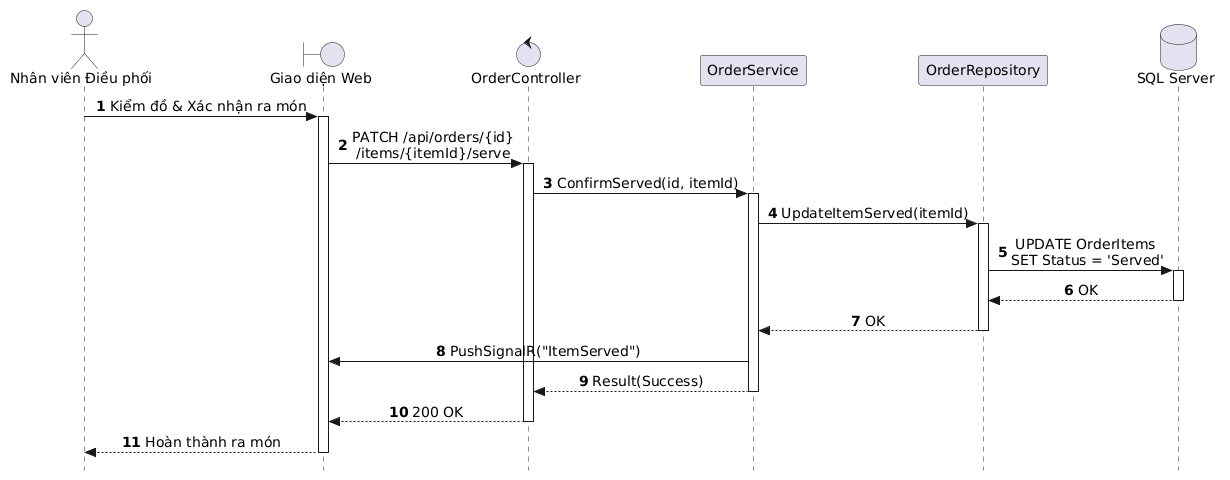
Earlier version of the PlantUML export out/docs/puml/sequences/SD_UC_E2_Expediter_Serve_CourseFiring/SD_UC_E2_Expediter_Serve_CourseFiring.png (AndrewQng/VinDining).
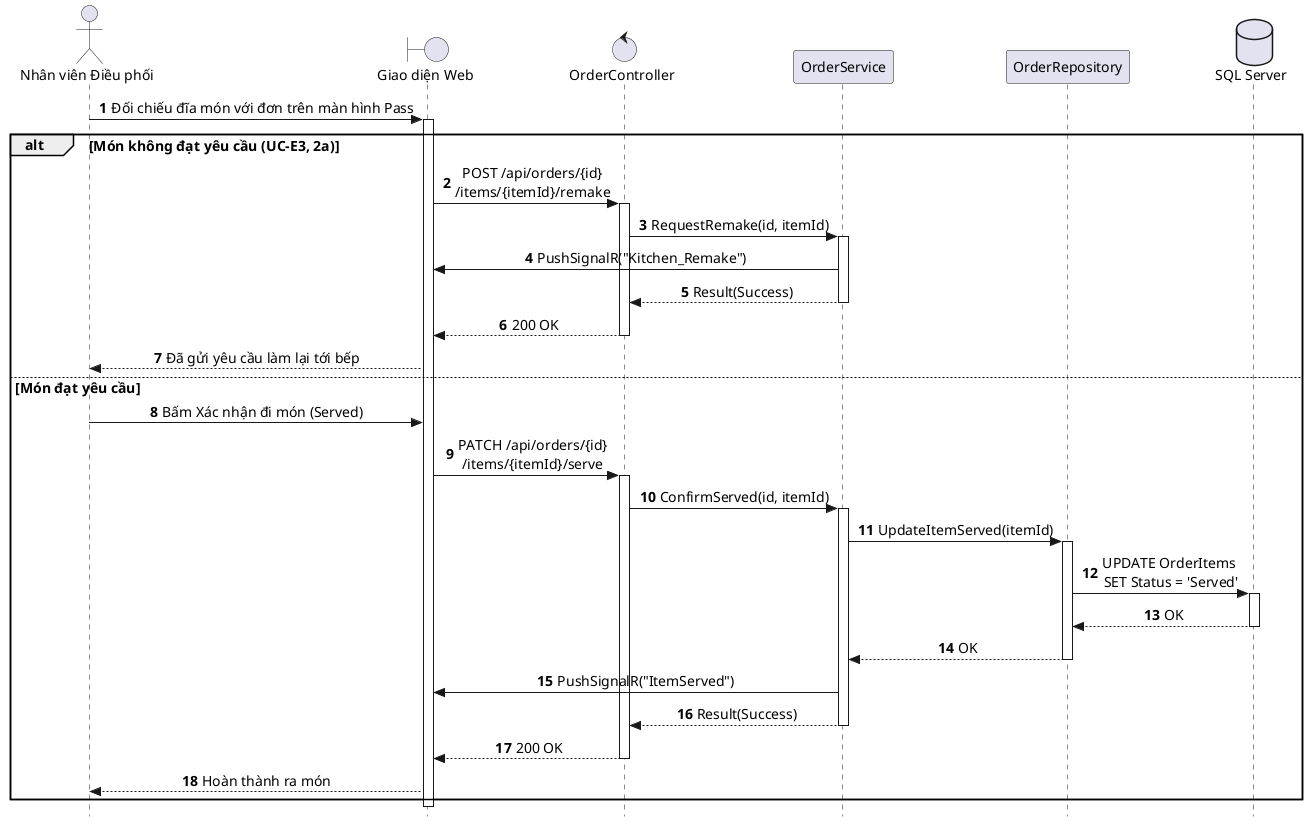
After the change.

Diff of the diagram source:
```diff
@@ -1,4 +1,4 @@
-@startuml
+@startuml SD_UC_E2_Expediter_Serve_CourseFiring
 autonumber
 skinparam style strictuml
 skinparam sequenceMessageAlign center
@@ -13,8 +13,22 @@
 participant "OrderRepository" as Repo
 database "SQL Server" as DB
 
-Expediter -> UI: Kiểm đồ & Xác nhận ra món
+Expediter -> UI: Đối chiếu đĩa món với đơn trên màn hình Pass
 activate UI
+
+alt Món không đạt yêu cầu (UC-E3, 2a)
+    UI -> Controller: POST /api/orders/{id}\n/items/{itemId}/remake
+    activate Controller
+    Controller -> Service: RequestRemake(id, itemId)
+    activate Service
+    Service -> UI: PushSignalR("Kitchen_Remake")
+    Service --> Controller: Result(Success)
+    deactivate Service
+    Controller --> UI: 200 OK
+    deactivate Controller
+    UI --> Expediter: Đã gửi yêu cầu làm lại tới bếp
+else Món đạt yêu cầu
+Expediter -> UI: Bấm Xác nhận đi món (Served)
 
 UI -> Controller: PATCH /api/orders/{id}\n/items/{itemId}/serve
 activate Controller
@@ -40,5 +54,7 @@
 deactivate Controller
 
 UI --> Expediter: Hoàn thành ra món
+end
 deactivate UI
+
 @enduml
```
